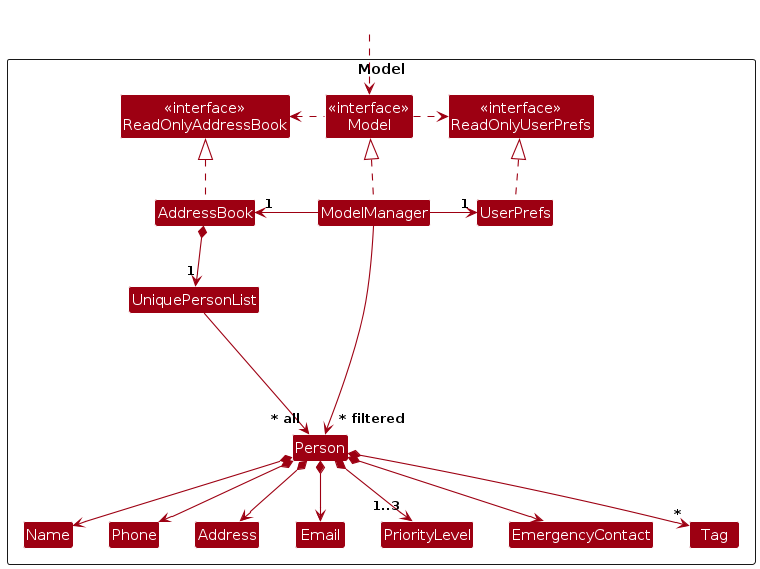
Before: diagrams/ModelClassDiagram.png, a diagram exported from PlantUML (yixianggg/tp). Its source is kept beside it as diagrams/ModelClassDiagram.puml.
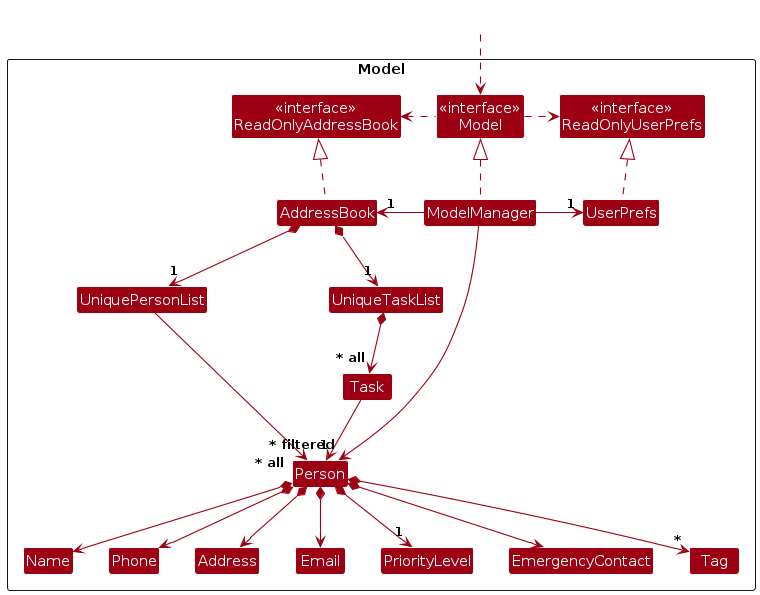
Above is the later version.

Diff of the diagram source:
```diff
@@ -22,6 +22,9 @@
 Class EmergencyContact
 Class Tag
 
+Class UniqueTaskList
+Class Task
+
 Class I #FFFFFF
 }
 
@@ -38,14 +41,17 @@
 UserPrefs .up.|> ReadOnlyUserPrefs
 
 AddressBook *--> "1" UniquePersonList
+AddressBook *--> "1" UniqueTaskList
 UniquePersonList --> "~* all" Person
 Person *--> Name
 Person *--> Phone
 Person *--> Email
 Person *--> Address
-Person *--> "1..3" PriorityLevel
+Person *--> "1" PriorityLevel
 Person *--> EmergencyContact
 Person *--> "*" Tag
+UniqueTaskList *--> "~* all" Task
+Task --> "1" Person
 
 Person -[hidden]up--> I
 UniquePersonList -[hidden]right-> I
```
